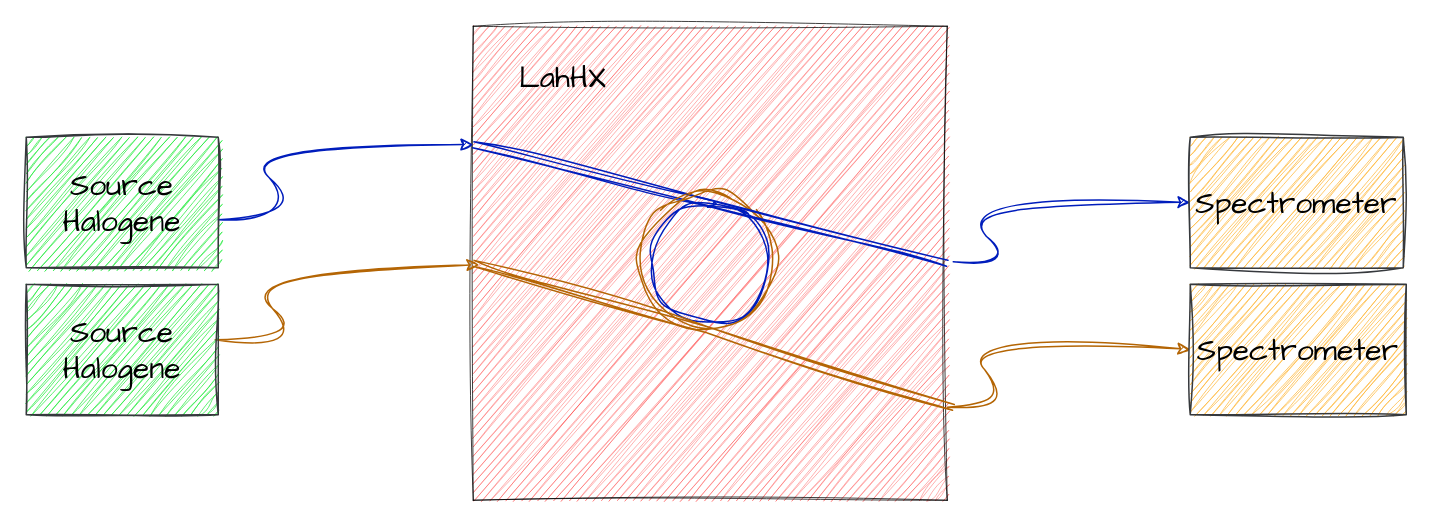
Above: RIA2.drawio in 666creeping666death/C-code (draw.io), before the change. Source tidied: cells renumbered, new cells numbered last; positions are measured from the earlier drawing's top-left corner, leaving out a move shared by most shapes. Both pictures are drawn from the tidied source at 150%, with x=0, y=0 at pixel (26, 26).
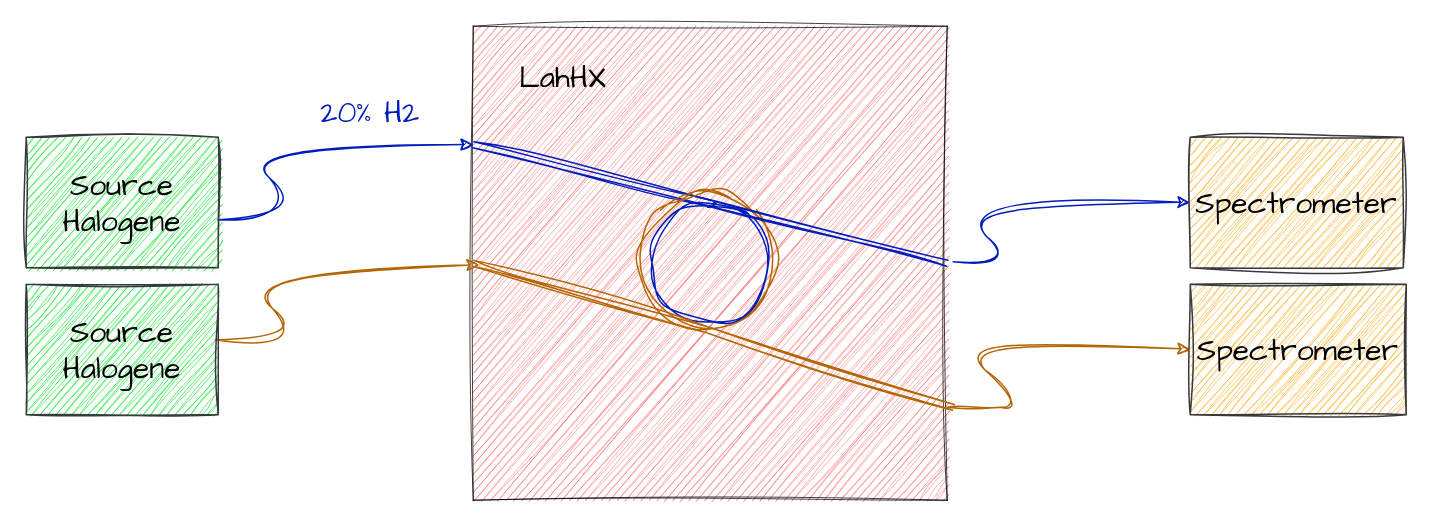
After the change.

Unchanged cells that the change refers to:
```xml
<mxCell id="10" value="Spectrometer" style="rounded=0;whiteSpace=wrap;html=1;sketch=1;hachureGap=4;jiggle=2;curveFitting=1;fontFamily=Architects Daughter;fontSize=20;fillColor=#FFB83D;strokeColor=#36393d;" parent="1" vertex="1">
  <mxGeometry x="776" y="172" width="144" height="87" as="geometry" />
</mxCell>
```

Change to the diagram source:
```diff
@@
     <mxCell id="6" style="curved=1;endArrow=classic;html=1;rounded=0;sketch=1;hachureGap=4;jiggle=2;curveFitting=1;fontFamily=Architects Daughter;fontSize=16;entryX=0;entryY=0.5;entryDx=0;entryDy=0;fillColor=#fad7ac;strokeColor=#b46504;" parent="1" edge="1" target="10">
       <mxGeometry relative="1" as="geometry">
         <mxPoint x="614" y="254" as="sourcePoint" />
         <Array as="points">
+          <mxPoint x="635" y="254" />
           <mxPoint x="664" y="254" />
           <mxPoint x="614" y="204" />
         </Array>
       </mxGeometry>
     </mxCell>
@@
+    <mxCell id="18" value="&lt;font color=&quot;#001dbc&quot;&gt;20% H2&lt;/font&gt;" style="text;html=1;strokeColor=none;fillColor=none;align=center;verticalAlign=middle;whiteSpace=wrap;rounded=0;fontSize=20;fontFamily=Architects Daughter;" parent="1" vertex="1">
+      <mxGeometry x="184" y="30" width="91" height="53" as="geometry" />
+    </mxCell>
```
